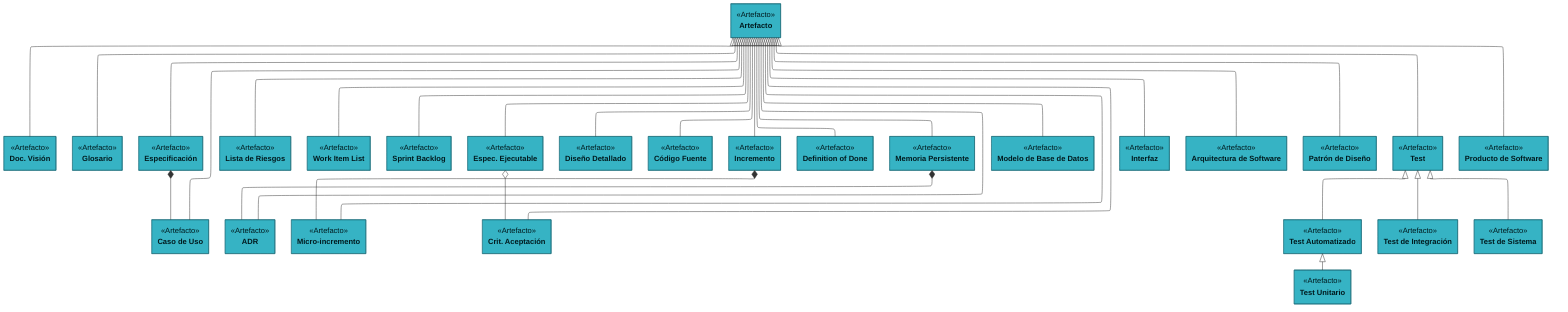
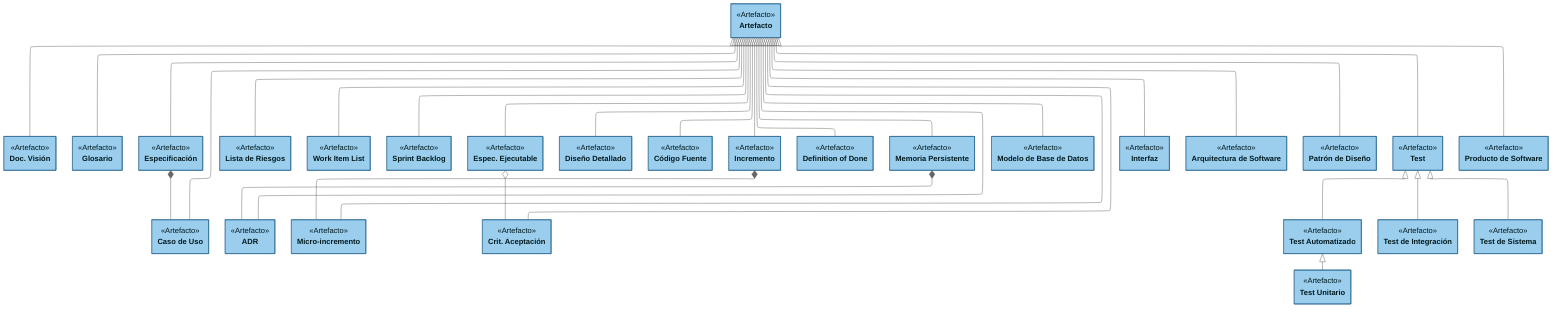
---
config:
    layout: elk
    class:
        hideEmptyMembersBox: true
+     theme: neutral
---
classDiagram
class Artefacto["Artefacto"]:::artefacto {
    <<Artefacto>>
}
class DocVision["Doc. Visión"]:::artefacto {
    <<Artefacto>>
}
class Glosario["Glosario"]:::artefacto {
    <<Artefacto>>
}
class CasoUso["Caso de Uso"]:::artefacto {
    <<Artefacto>>
}
class Especificacion["Especificación"]:::artefacto {
    <<Artefacto>>
}
class ListaRiesgos["Lista de Riesgos"]:::artefacto {
    <<Artefacto>>
}
class WorkItemList["Work Item List"]:::artefacto {
    <<Artefacto>>
}
class SprintBacklog["Sprint Backlog"]:::artefacto {
    <<Artefacto>>
}
class EspecEjecutable["Espec. Ejecutable"]:::artefacto {
    <<Artefacto>>
}
class ADR["ADR"]:::artefacto {
    <<Artefacto>>
}
class DisenioDetallado["Diseño Detallado"]:::artefacto {
    <<Artefacto>>
}
class CodigoFuente["Código Fuente"]:::artefacto {
    <<Artefacto>>
}
class MicroIncremento["Micro-incremento"]:::artefacto {
    <<Artefacto>>
}
class Incremento["Incremento"]:::artefacto {
    <<Artefacto>>
}
class CriteriosAceptacion["Crit. Aceptación"]:::artefacto {
    <<Artefacto>>
}
class TestAutomatizado["Test Automatizado"]:::artefacto {
    <<Artefacto>>
}
class DoD["Definition of Done"]:::artefacto {
    <<Artefacto>>
}
class MemoriaPersistente["Memoria Persistente"]:::artefacto {
    <<Artefacto>>
}
class ModeloBBDD["Modelo de Base de Datos"]:::artefacto {
    <<Artefacto>>
}
class Interfaz["Interfaz"]:::artefacto {
    <<Artefacto>>
}
class ArquitecturaSoftware["Arquitectura de Software"]:::artefacto {
    <<Artefacto>>
}
class PatronDisenio["Patrón de Diseño"]:::artefacto {
    <<Artefacto>>
}
class Test["Test"]:::artefacto {
    <<Artefacto>>
}
class TestUnitario["Test Unitario"]:::artefacto {
    <<Artefacto>>
}
class TestIntegracion["Test de Integración"]:::artefacto {
    <<Artefacto>>
}
class TestSistema["Test de Sistema"]:::artefacto {
    <<Artefacto>>
}
class ProductoSoftware["Producto de Software"]:::artefacto {
    <<Artefacto>>
}

Artefacto <|-- DocVision
Artefacto <|-- Glosario
Artefacto <|-- CasoUso
Artefacto <|-- Especificacion
Artefacto <|-- ListaRiesgos
Artefacto <|-- WorkItemList
Artefacto <|-- SprintBacklog
Artefacto <|-- EspecEjecutable
Artefacto <|-- ADR
Artefacto <|-- DisenioDetallado
Artefacto <|-- CodigoFuente
Artefacto <|-- MicroIncremento
Artefacto <|-- Incremento
Artefacto <|-- CriteriosAceptacion
Artefacto <|-- Test
Artefacto <|-- DoD
Artefacto <|-- MemoriaPersistente
Artefacto <|-- ModeloBBDD
Artefacto <|-- Interfaz
Artefacto <|-- ArquitecturaSoftware
Artefacto <|-- PatronDisenio
Artefacto <|-- ProductoSoftware
Test <|-- TestAutomatizado
TestAutomatizado <|-- TestUnitario
Test <|-- TestIntegracion
Test <|-- TestSistema
Especificacion *-- CasoUso
EspecEjecutable o-- CriteriosAceptacion
MemoriaPersistente *-- ADR
Incremento *-- MicroIncremento

- classDef artefacto fill:#36b3c4,stroke:#1d6e7a,color:#001a1e+ 
+ classDef artefacto fill: #9BCDED,stroke:#21618C,color:#001a1e